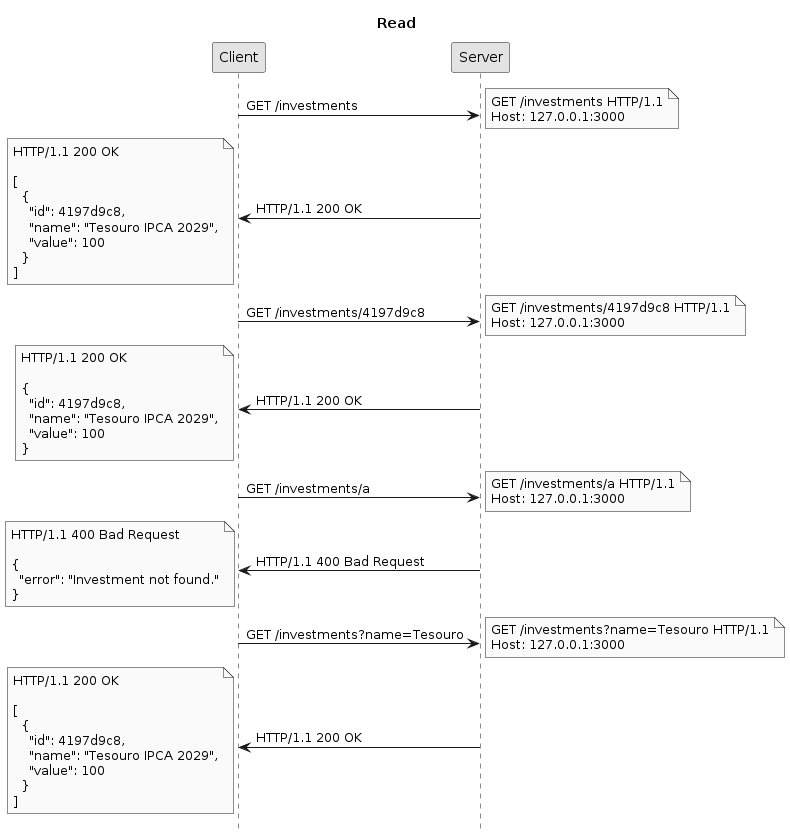
Earlier version of the PlantUML export public/imgs/expressjs/api/read-investments.png (ifpb/lp2). The source it was exported from:
```plantuml
@startuml
title Read
hide footbox
skinparam monochrome true

Client -> Server: GET /investments
note right: GET /investments HTTP/1.1\nHost: 127.0.0.1:3000
Server -> Client: HTTP/1.1 200 OK
note left: HTTP/1.1 200 OK\n\n[\n  {\n    "id": 4197d9c8,\n    "name": "Tesouro IPCA 2029",\n    "value": 100\n  }\n]

Client -> Server: GET /investments/4197d9c8
note right: GET /investments/4197d9c8 HTTP/1.1\nHost: 127.0.0.1:3000
Server -> Client: HTTP/1.1 200 OK
note left: HTTP/1.1 200 OK\n\n{\n  "id": 4197d9c8,\n  "name": "Tesouro IPCA 2029",\n  "value": 100\n}

Client -> Server: GET /investments/a
note right: GET /investments/a HTTP/1.1\nHost: 127.0.0.1:3000
Server -> Client: HTTP/1.1 400 Bad Request
note left: HTTP/1.1 400 Bad Request\n\n{\n  "error": "Investment not found."\n}


Client -> Server: GET /investments?name=Tesouro
note right: GET /investments?name=Tesouro HTTP/1.1\nHost: 127.0.0.1:3000
Server -> Client: HTTP/1.1 200 OK
note left: HTTP/1.1 200 OK\n\n[\n  {\n    "id": 4197d9c8,\n    "name": "Tesouro IPCA 2029",\n    "value": 100\n  }\n]
@enduml
```
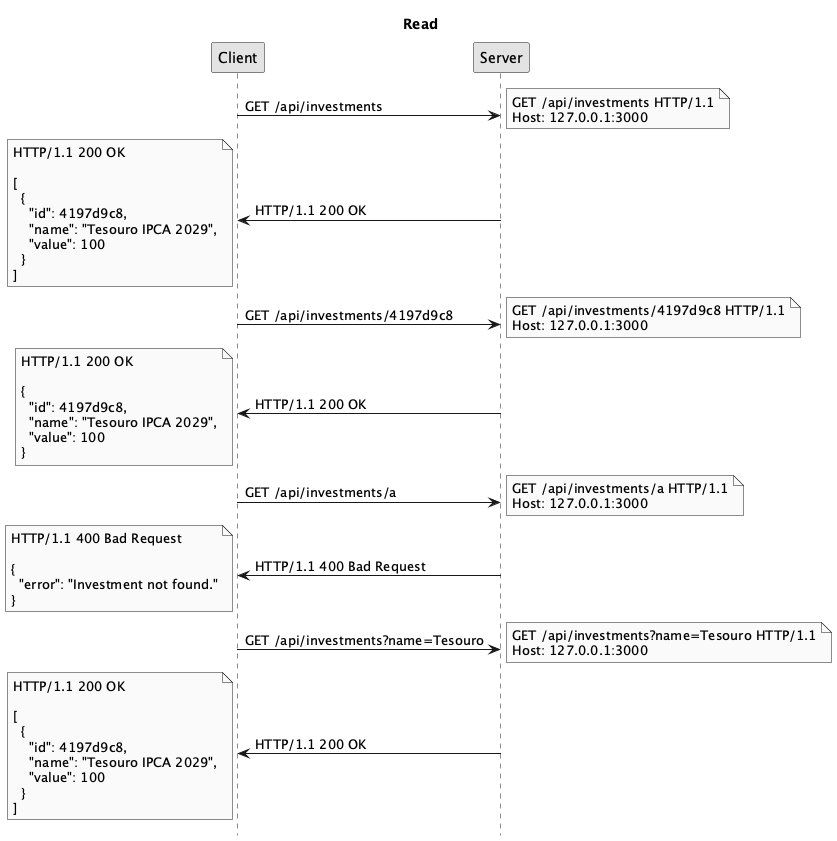
After the commit.

What changed in the source:
```diff
@@ -3,24 +3,24 @@
 hide footbox
 skinparam monochrome true
 
-Client -> Server: GET /investments
-note right: GET /investments HTTP/1.1\nHost: 127.0.0.1:3000
+Client -> Server: GET /api/investments
+note right: GET /api/investments HTTP/1.1\nHost: 127.0.0.1:3000
 Server -> Client: HTTP/1.1 200 OK
 note left: HTTP/1.1 200 OK\n\n[\n  {\n    "id": 4197d9c8,\n    "name": "Tesouro IPCA 2029",\n    "value": 100\n  }\n]
 
-Client -> Server: GET /investments/4197d9c8
-note right: GET /investments/4197d9c8 HTTP/1.1\nHost: 127.0.0.1:3000
+Client -> Server: GET /api/investments/4197d9c8
+note right: GET /api/investments/4197d9c8 HTTP/1.1\nHost: 127.0.0.1:3000
 Server -> Client: HTTP/1.1 200 OK
 note left: HTTP/1.1 200 OK\n\n{\n  "id": 4197d9c8,\n  "name": "Tesouro IPCA 2029",\n  "value": 100\n}
 
-Client -> Server: GET /investments/a
-note right: GET /investments/a HTTP/1.1\nHost: 127.0.0.1:3000
+Client -> Server: GET /api/investments/a
+note right: GET /api/investments/a HTTP/1.1\nHost: 127.0.0.1:3000
 Server -> Client: HTTP/1.1 400 Bad Request
 note left: HTTP/1.1 400 Bad Request\n\n{\n  "error": "Investment not found."\n}
 
 
-Client -> Server: GET /investments?name=Tesouro
-note right: GET /investments?name=Tesouro HTTP/1.1\nHost: 127.0.0.1:3000
+Client -> Server: GET /api/investments?name=Tesouro
+note right: GET /api/investments?name=Tesouro HTTP/1.1\nHost: 127.0.0.1:3000
 Server -> Client: HTTP/1.1 200 OK
 note left: HTTP/1.1 200 OK\n\n[\n  {\n    "id": 4197d9c8,\n    "name": "Tesouro IPCA 2029",\n    "value": 100\n  }\n]
 @enduml
```
